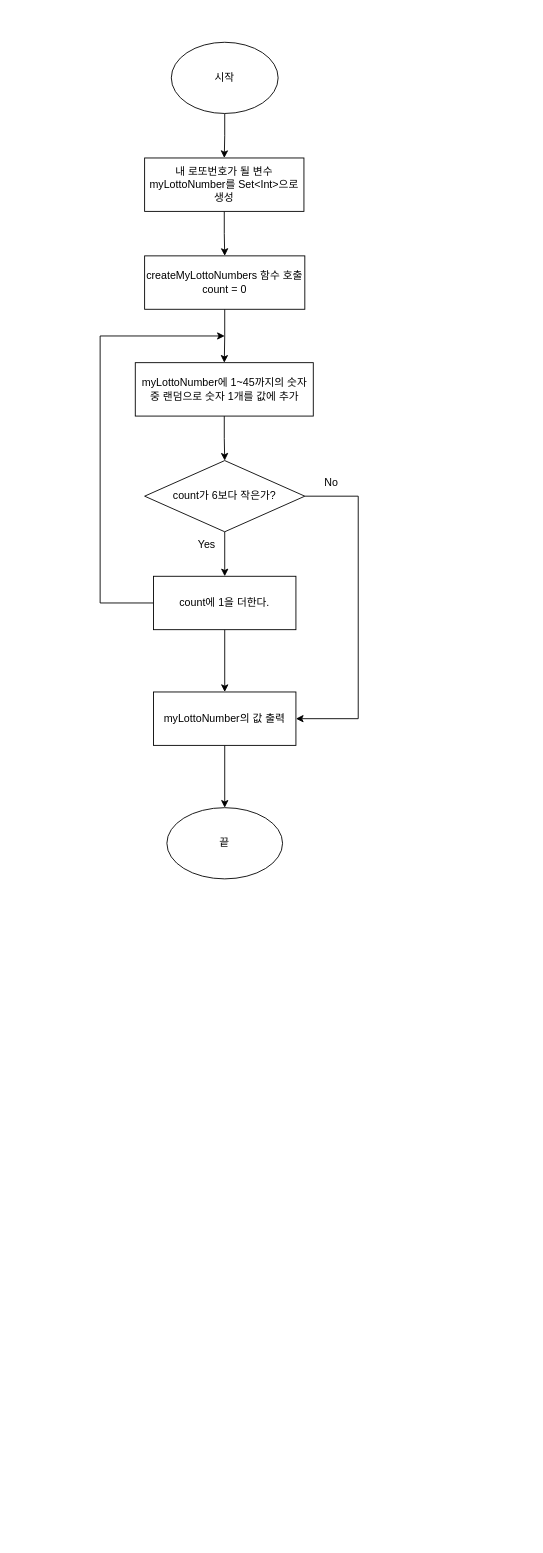
The draw.io diagram CodeStarterCamp_Week2/로또생성기.drawio in yagom-academy/swift-starter-Round2, before the edit. Source tidied: cells renumbered, new cells numbered last; positions are measured from the earlier drawing's top-left corner, leaving out a move shared by most shapes. Both pictures are drawn from the tidied source at 89%, with x=0, y=0 at pixel (100, 42).
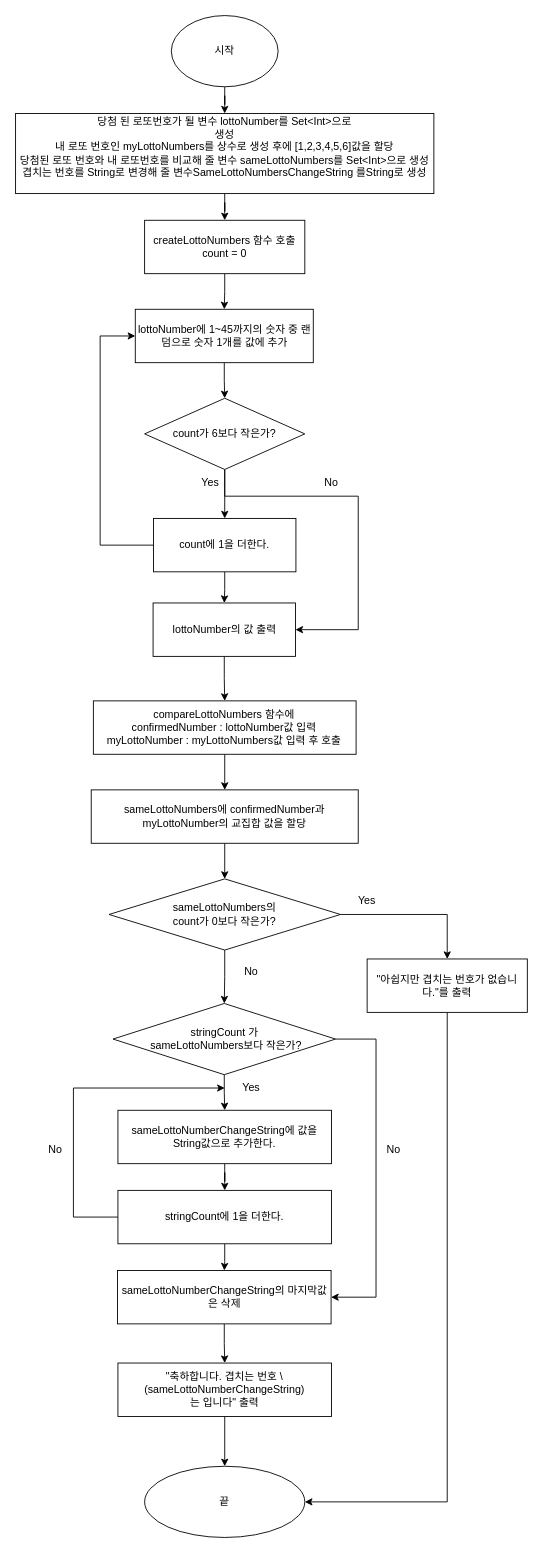
Above is the later version.

Diff of the diagram source:
```diff
@@
     <mxCell id="3" value="시작" style="ellipse;whiteSpace=wrap;html=1;" parent="1" vertex="1">
-      <mxGeometry x="80" width="120" height="80" as="geometry" />
+      <mxGeometry x="80" y="-30" width="120" height="80" as="geometry" />
     </mxCell>
@@
-    <mxCell id="5" value="내 로또번호가 될 변수myLottoNumber를 Set&amp;lt;Int&amp;gt;으로&lt;br&gt;생성" style="rounded=0;whiteSpace=wrap;html=1;" parent="1" vertex="1">
-      <mxGeometry x="50" y="130" width="179" height="60" as="geometry" />
+    <mxCell id="5" value="당첨 된 로또번호가 될 변수 lottoNumber를 Set&amp;lt;Int&amp;gt;으로&lt;br&gt;생성&lt;br&gt;내 로또 번호인 myLottoNumbers를 상수로 생성 후에 [1,2,3,4,5,6]값을 할당&lt;br&gt;당첨된 로또 번호와 내 로또번호를 비교해 줄 변수 sameLottoNumbers를 Set&amp;lt;Int&amp;gt;으로 생성&lt;br&gt;겹치는 번호를 String로 변경해 줄 변수SameLottoNumbersChangeString 를String로 생성&lt;br&gt;&amp;nbsp;&lt;br&gt;" style="rounded=0;whiteSpace=wrap;html=1;" parent="1" vertex="1">
+      <mxGeometry x="-95" y="80" width="470" height="90" as="geometry" />
     </mxCell>
     <mxCell id="6" style="edgeStyle=orthogonalEdgeStyle;rounded=0;jettySize=auto;html=1;entryX=1;entryY=0.5;entryDx=0;entryDy=0;" parent="1" edge="1" source="8" target="19">
       <mxGeometry relative="1" as="geometry">
         <Array as="points">
+          <mxPoint x="140" y="510" />
           <mxPoint x="290" y="510" />
-          <mxPoint x="290" y="760" />
+          <mxPoint x="290" y="660" />
         </Array>
       </mxGeometry>
     </mxCell>
@@
     <mxCell id="8" value="count가 6보다 작은가?" style="rhombus;whiteSpace=wrap;html=1;rounded=0;" parent="1" vertex="1">
-      <mxGeometry x="50" y="470" width="180" height="80" as="geometry" />
+      <mxGeometry x="50" y="400" width="180" height="80" as="geometry" />
     </mxCell>
@@
-    <mxCell id="10" value="myLottoNumber에 1~45까지의 숫자 중 랜덤으로 숫자 1개를 값에 추가" style="rounded=0;whiteSpace=wrap;html=1;" parent="1" vertex="1">
-      <mxGeometry x="39.5" y="360" width="200" height="60" as="geometry" />
+    <mxCell id="10" value="lottoNumber에 1~45까지의 숫자 중 랜덤으로 숫자 1개를 값에 추가" style="rounded=0;whiteSpace=wrap;html=1;" parent="1" vertex="1">
+      <mxGeometry x="39.5" y="300" width="200" height="60" as="geometry" />
     </mxCell>
-    <mxCell id="11" style="edgeStyle=orthogonalEdgeStyle;rounded=0;jettySize=auto;html=1;" parent="1" edge="1" source="13">
+    <mxCell id="11" style="edgeStyle=orthogonalEdgeStyle;rounded=0;jettySize=auto;html=1;entryX=0;entryY=0.5;entryDx=0;entryDy=0;" parent="1" edge="1" source="13" target="10">
       <mxGeometry relative="1" as="geometry">
-        <mxPoint x="140" y="330" as="targetPoint" />
         <Array as="points">
-          <mxPoint y="630" />
+          <mxPoint y="565" />
           <mxPoint y="330" />
-          <mxPoint x="140" y="330" />
         </Array>
       </mxGeometry>
     </mxCell>
@@
     <mxCell id="13" value="count에 1을 더한다." style="rounded=0;whiteSpace=wrap;html=1;" parent="1" vertex="1">
-      <mxGeometry x="60" y="600" width="160" height="60" as="geometry" />
+      <mxGeometry x="60" y="535" width="160" height="60" as="geometry" />
     </mxCell>
@@
     <mxCell id="15" value="Yes" style="text;html=1;strokeColor=none;fillColor=none;align=center;verticalAlign=middle;whiteSpace=wrap;rounded=0;" parent="1" vertex="1">
-      <mxGeometry x="90" y="550" width="60" height="30" as="geometry" />
+      <mxGeometry x="94" y="480" width="60" height="30" as="geometry" />
     </mxCell>
@@
-    <mxCell id="17" value="createMyLottoNumbers 함수 호출&lt;br&gt;count = 0" style="rounded=0;whiteSpace=wrap;html=1;" parent="1" vertex="1">
-      <mxGeometry x="50" y="240" width="180" height="60" as="geometry" />
+    <mxCell id="17" value="createLottoNumbers 함수 호출&lt;br&gt;count = 0" style="rounded=0;whiteSpace=wrap;html=1;" parent="1" vertex="1">
+      <mxGeometry x="50" y="200" width="180" height="60" as="geometry" />
     </mxCell>
-    <mxCell id="18" style="edgeStyle=orthogonalEdgeStyle;rounded=0;jettySize=auto;html=1;" parent="1" edge="1" source="19" target="20">
-      <mxGeometry relative="1" as="geometry" />
-    </mxCell>
+    <mxCell id="21" style="edgeStyle=orthogonalEdgeStyle;rounded=0;jettySize=auto;html=1;" parent="1" edge="1" source="19" target="23">
+      <mxGeometry relative="1" as="geometry" />
+    </mxCell>
-    <mxCell id="19" value="myLottoNumber의 값 출력" style="rounded=0;whiteSpace=wrap;html=1;" parent="1" vertex="1">
-      <mxGeometry x="60" y="730" width="160" height="60" as="geometry" />
+    <mxCell id="19" value="lottoNumber의 값 출력" style="rounded=0;whiteSpace=wrap;html=1;" parent="1" vertex="1">
+      <mxGeometry x="59.5" y="630" width="160" height="60" as="geometry" />
     </mxCell>
+    <mxCell id="22" style="edgeStyle=orthogonalEdgeStyle;rounded=0;jettySize=auto;html=1;" parent="1" edge="1" source="23" target="25">
+      <mxGeometry relative="1" as="geometry" />
+    </mxCell>
+    <mxCell id="23" value="compareLottoNumbers 함수에 &lt;br&gt;confirmedNumber : lottoNumber값 입력&lt;br&gt;myLottoNumber : myLottoNumbers값 입력 후 호출" style="rounded=0;whiteSpace=wrap;html=1;" parent="1" vertex="1">
+      <mxGeometry x="-7.6" y="740" width="295.2" height="60" as="geometry" />
+    </mxCell>
+    <mxCell id="24" style="edgeStyle=orthogonalEdgeStyle;rounded=0;jettySize=auto;html=1;" parent="1" edge="1" source="25" target="28">
+      <mxGeometry relative="1" as="geometry" />
+    </mxCell>
+    <mxCell id="25" value="sameLottoNumbers에 confirmedNumber과 myLottoNumber의 교집합 값을 할당" style="whiteSpace=wrap;html=1;rounded=0;" parent="1" vertex="1">
+      <mxGeometry x="-10" y="840" width="300" height="60" as="geometry" />
+    </mxCell>
+    <mxCell id="26" style="edgeStyle=orthogonalEdgeStyle;rounded=0;jettySize=auto;html=1;" parent="1" edge="1" source="28" target="30">
+      <mxGeometry relative="1" as="geometry" />
+    </mxCell>
+    <mxCell id="27" style="edgeStyle=orthogonalEdgeStyle;rounded=0;jettySize=auto;html=1;" parent="1" edge="1" source="28" target="33">
+      <mxGeometry relative="1" as="geometry" />
+    </mxCell>
+    <mxCell id="28" value="sameLottoNumbers의 &lt;br&gt;count가 0보다 작은가?" style="rhombus;whiteSpace=wrap;html=1;rounded=0;" parent="1" vertex="1">
+      <mxGeometry x="10" y="940" width="260" height="80" as="geometry" />
+    </mxCell>
+    <mxCell id="29" style="edgeStyle=orthogonalEdgeStyle;rounded=0;jettySize=auto;html=1;entryX=1;entryY=0.5;entryDx=0;entryDy=0;" parent="1" edge="1" source="30" target="20">
+      <mxGeometry relative="1" as="geometry">
+        <Array as="points">
+          <mxPoint x="390" y="1640" />
+        </Array>
+      </mxGeometry>
+    </mxCell>
+    <mxCell id="30" value="&quot;아쉽지만 겹치는 번호가 없습니다.&quot;를 출력" style="rounded=0;whiteSpace=wrap;html=1;" parent="1" vertex="1">
+      <mxGeometry x="300" y="1030" width="180" height="60" as="geometry" />
+    </mxCell>
+    <mxCell id="31" style="edgeStyle=orthogonalEdgeStyle;rounded=0;jettySize=auto;html=1;" parent="1" edge="1" source="33" target="38">
+      <mxGeometry relative="1" as="geometry" />
+    </mxCell>
+    <mxCell id="32" style="edgeStyle=orthogonalEdgeStyle;rounded=0;jettySize=auto;html=1;entryX=1;entryY=0.5;entryDx=0;entryDy=0;" parent="1" edge="1" source="33" target="42">
+      <mxGeometry relative="1" as="geometry">
+        <Array as="points">
+          <mxPoint x="310" y="1120" />
+          <mxPoint x="310" y="1410" />
+        </Array>
+      </mxGeometry>
+    </mxCell>
+    <mxCell id="33" value="stringCount 가&lt;br&gt;&amp;nbsp;sameLottoNumbers보다 작은가?" style="rhombus;whiteSpace=wrap;html=1;" parent="1" vertex="1">
+      <mxGeometry x="14.5" y="1080" width="250" height="80" as="geometry" />
+    </mxCell>
+    <mxCell id="34" style="edgeStyle=orthogonalEdgeStyle;rounded=0;jettySize=auto;html=1;" parent="1" edge="1" source="36" target="42">
+      <mxGeometry relative="1" as="geometry" />
+    </mxCell>
+    <mxCell id="35" style="edgeStyle=orthogonalEdgeStyle;rounded=0;jettySize=auto;html=1;entryX=0;entryY=0.5;entryDx=0;entryDy=0;" parent="1" edge="1" source="36" target="45">
+      <mxGeometry relative="1" as="geometry">
+        <Array as="points">
+          <mxPoint x="-30" y="1320" />
+          <mxPoint x="-30" y="1175" />
+        </Array>
+      </mxGeometry>
+    </mxCell>
+    <mxCell id="36" value="&lt;span style=&quot;color: rgb(0, 0, 0); font-family: Helvetica; font-size: 12px; font-style: normal; font-variant-ligatures: normal; font-variant-caps: normal; font-weight: 400; letter-spacing: normal; orphans: 2; text-align: center; text-indent: 0px; text-transform: none; widows: 2; word-spacing: 0px; -webkit-text-stroke-width: 0px; background-color: rgb(251, 251, 251); text-decoration-thickness: initial; text-decoration-style: initial; text-decoration-color: initial; float: none; display: inline !important;&quot;&gt;stringCount에 1을 더한다.&lt;/span&gt;" style="rounded=0;whiteSpace=wrap;html=1;" parent="1" vertex="1">
+      <mxGeometry x="20" y="1290" width="240" height="60" as="geometry" />
+    </mxCell>
+    <mxCell id="37" style="edgeStyle=orthogonalEdgeStyle;rounded=0;jettySize=auto;html=1;" parent="1" edge="1" source="38" target="36">
+      <mxGeometry relative="1" as="geometry" />
+    </mxCell>
+    <mxCell id="38" value="sameLottoNumberChangeString에 값을 String값으로 추가한다." style="rounded=0;whiteSpace=wrap;html=1;" parent="1" vertex="1">
+      <mxGeometry x="20" y="1200" width="240" height="60" as="geometry" />
+    </mxCell>
+    <mxCell id="39" style="edgeStyle=orthogonalEdgeStyle;rounded=0;jettySize=auto;html=1;" parent="1" edge="1" source="40" target="20">
+      <mxGeometry relative="1" as="geometry" />
+    </mxCell>
+    <mxCell id="40" value="&quot;축하합니다. 겹치는 번호 \(sameLottoNumberChangeString)&lt;br&gt;는 입니다&quot; 출력" style="rounded=0;whiteSpace=wrap;html=1;" parent="1" vertex="1">
+      <mxGeometry x="20" y="1484" width="240" height="60" as="geometry" />
+    </mxCell>
+    <mxCell id="41" style="edgeStyle=orthogonalEdgeStyle;rounded=0;jettySize=auto;html=1;" parent="1" edge="1" source="42" target="40">
+      <mxGeometry relative="1" as="geometry" />
+    </mxCell>
+    <mxCell id="42" value="sameLottoNumberChangeString의 마지막값은 삭제" style="rounded=0;whiteSpace=wrap;html=1;" parent="1" vertex="1">
+      <mxGeometry x="19.5" y="1380" width="240" height="60" as="geometry" />
+    </mxCell>
+    <mxCell id="43" value="Yes" style="text;html=1;strokeColor=none;fillColor=none;align=center;verticalAlign=middle;whiteSpace=wrap;rounded=0;" parent="1" vertex="1">
+      <mxGeometry x="270" y="950" width="60" height="30" as="geometry" />
+    </mxCell>
+    <mxCell id="44" value="No" style="text;html=1;strokeColor=none;fillColor=none;align=center;verticalAlign=middle;whiteSpace=wrap;rounded=0;" parent="1" vertex="1">
+      <mxGeometry x="140" y="1030" width="60" height="30" as="geometry" />
+    </mxCell>
     <mxCell id="20" value="끝" style="ellipse;whiteSpace=wrap;html=1;rounded=0;" parent="1" vertex="1">
-      <mxGeometry x="75" y="860" width="130" height="80" as="geometry" />
+      <mxGeometry x="50" y="1600" width="180" height="80" as="geometry" />
     </mxCell>
+    <mxCell id="45" value="Yes" style="text;html=1;strokeColor=none;fillColor=none;align=center;verticalAlign=middle;whiteSpace=wrap;rounded=0;" parent="1" vertex="1">
+      <mxGeometry x="140" y="1160" width="60" height="30" as="geometry" />
+    </mxCell>
+    <mxCell id="46" value="No" style="text;html=1;strokeColor=none;fillColor=none;align=center;verticalAlign=middle;whiteSpace=wrap;rounded=0;" parent="1" vertex="1">
+      <mxGeometry x="-80" y="1230" width="60" height="30" as="geometry" />
+    </mxCell>
+    <mxCell id="47" value="No" style="text;html=1;strokeColor=none;fillColor=none;align=center;verticalAlign=middle;whiteSpace=wrap;rounded=0;" parent="1" vertex="1">
+      <mxGeometry x="300" y="1230" width="60" height="30" as="geometry" />
+    </mxCell>
```
